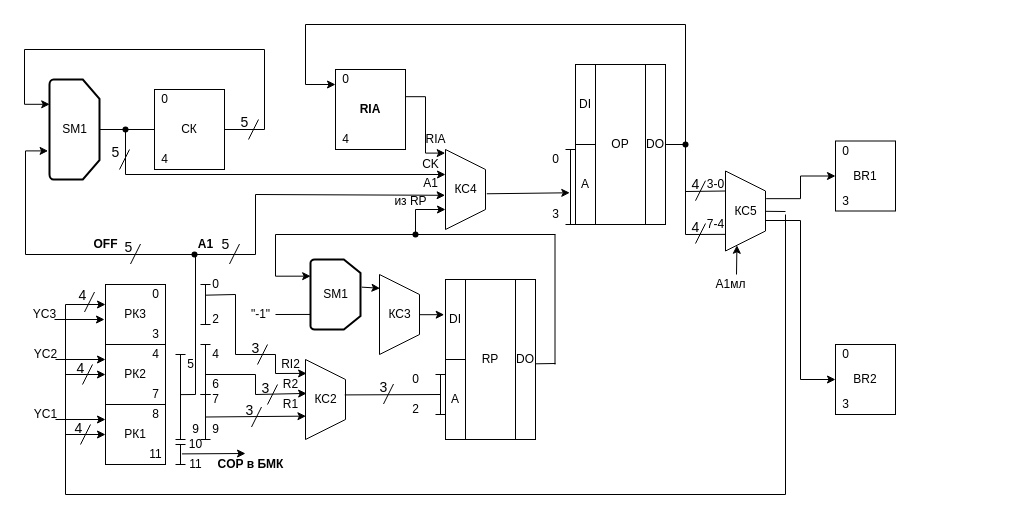
TimurQQ/Workshop keeps this draw.io diagram as func_scheme_BUK.drawio. Above is the earlier version. Source tidied: cells renumbered, new cells numbered last; positions are measured from the earlier drawing's top-left corner, leaving out a move shared by most shapes. Both pictures are drawn from the tidied source at 100%, with x=0, y=0 at pixel (24, 24).
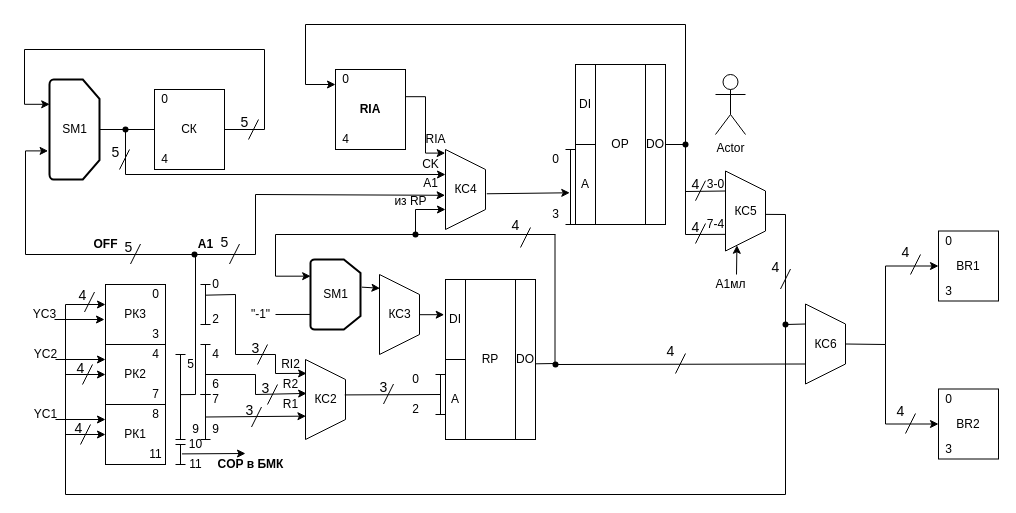
The same diagram, later.

Unchanged cells that the change refers to:
```xml
<mxCell id="106" value="КС5" style="text;html=1;align=center;verticalAlign=middle;points=[];strokeColor=none;fillColor=none;" parent="1" vertex="1">
  <mxGeometry x="701" y="176.5" width="40" height="20" as="geometry" />
</mxCell>
```

The edit, as a diff of the source:
```diff
@@
     <mxCell id="26" value="BR1" style="rounded=0;whiteSpace=wrap;html=1;" parent="1" vertex="1">
-      <mxGeometry x="811" y="116.5" width="60" height="70" as="geometry" />
+      <mxGeometry x="914" y="206.5" width="60" height="70" as="geometry" />
     </mxCell>
     <mxCell id="27" value="0" style="text;html=1;align=center;verticalAlign=middle;strokeColor=none;fillColor=none;" parent="1" vertex="1">
-      <mxGeometry x="811" y="116.5" width="20" height="20" as="geometry" />
+      <mxGeometry x="914" y="206.5" width="20" height="20" as="geometry" />
     </mxCell>
     <mxCell id="28" value="3" style="text;html=1;align=center;verticalAlign=middle;strokeColor=none;fillColor=none;" parent="1" vertex="1">
-      <mxGeometry x="811" y="166.5" width="20" height="20" as="geometry" />
+      <mxGeometry x="914" y="256.5" width="20" height="20" as="geometry" />
     </mxCell>
     <mxCell id="29" value="BR2" style="rounded=0;whiteSpace=wrap;html=1;" parent="1" vertex="1">
-      <mxGeometry x="811" y="320" width="60" height="70" as="geometry" />
+      <mxGeometry x="914" y="364.5" width="60" height="70" as="geometry" />
     </mxCell>
     <mxCell id="30" value="0" style="text;html=1;align=center;verticalAlign=middle;strokeColor=none;fillColor=none;" parent="1" vertex="1">
-      <mxGeometry x="811" y="320" width="20" height="20" as="geometry" />
+      <mxGeometry x="914" y="364.5" width="20" height="20" as="geometry" />
     </mxCell>
     <mxCell id="31" value="3" style="text;html=1;align=center;verticalAlign=middle;strokeColor=none;fillColor=none;" parent="1" vertex="1">
-      <mxGeometry x="811" y="370" width="20" height="20" as="geometry" />
+      <mxGeometry x="914" y="414.5" width="20" height="20" as="geometry" />
     </mxCell>
@@
-    <mxCell id="124" style="edgeStyle=elbowEdgeStyle;elbow=horizontal;endArrow=classic;html=1;rounded=0;exitX=1.017;exitY=-0.117;exitDx=0;exitDy=0;exitPerimeter=0;entryX=0;entryY=0.5;entryDx=0;entryDy=0;" parent="1" edge="1" source="106" target="26">
-      <mxGeometry relative="1" as="geometry" />
-    </mxCell>
-    <mxCell id="125" style="edgeStyle=elbowEdgeStyle;elbow=horizontal;endArrow=classic;html=1;rounded=0;entryX=0;entryY=0.5;entryDx=0;entryDy=0;" parent="1" edge="1" target="29">
-      <mxGeometry relative="1" as="geometry">
-        <mxPoint x="741" y="196" as="sourcePoint" />
-      </mxGeometry>
-    </mxCell>
@@
     <mxCell id="131" value="&lt;font style=&quot;font-size: 14px;&quot;&gt;5&lt;/font&gt;" style="text;html=1;align=center;verticalAlign=middle;strokeColor=none;fillColor=none;fontSize=18;fontFamily=Helvetica;" parent="1" vertex="1">
-      <mxGeometry x="191" y="204" width="20" height="30" as="geometry" />
+      <mxGeometry x="190" y="201.5" width="20" height="30" as="geometry" />
     </mxCell>
@@
-    <mxCell id="143" style="endArrow=none;html=1;rounded=0;entryX=1.007;entryY=0.516;entryDx=0;entryDy=0;entryPerimeter=0;" parent="1" edge="1" target="106">
+    <mxCell id="143" style="endArrow=none;html=1;rounded=0;entryX=1;entryY=0.669;entryDx=0;entryDy=0;entryPerimeter=0;" parent="1" edge="1" target="106">
       <mxGeometry relative="1" as="geometry">
-        <mxPoint x="761" y="187" as="sourcePoint" />
+        <mxPoint x="761" y="190" as="sourcePoint" />
       </mxGeometry>
     </mxCell>
-    <mxCell id="144" style="endArrow=none;html=1;rounded=0;" parent="1" edge="1">
+    <mxCell id="144" style="endArrow=none;html=1;rounded=0;startArrow=none;" parent="1" edge="1" source="169">
       <mxGeometry relative="1" as="geometry">
-        <mxPoint x="761" y="470" as="sourcePoint" />
         <mxPoint x="761" y="190" as="targetPoint" />
       </mxGeometry>
     </mxCell>
@@
+    <mxCell id="162" value="Actor" style="shape=umlActor;verticalLabelPosition=bottom;verticalAlign=top;html=1;" parent="1" vertex="1">
+      <mxGeometry x="691" y="50" width="30" height="60" as="geometry" />
+    </mxCell>
+    <mxCell id="163" style="shape=trapezoid;perimeter=trapezoidPerimeter;whiteSpace=wrap;html=1;fixedSize=1;rotation=90;" parent="1" vertex="1">
+      <mxGeometry x="761" y="299.5" width="80" height="40" as="geometry" />
+    </mxCell>
+    <mxCell id="164" value="КС6" style="text;html=1;align=center;verticalAlign=middle;strokeColor=none;fillColor=none;" parent="1" vertex="1">
+      <mxGeometry x="781" y="309.5" width="40" height="20" as="geometry" />
+    </mxCell>
+    <mxCell id="165" style="endArrow=none;html=1;rounded=0;entryX=0.25;entryY=1;entryDx=0;entryDy=0;" parent="1" edge="1" target="163">
+      <mxGeometry relative="1" as="geometry">
+        <mxPoint x="761" y="300" as="sourcePoint" />
+      </mxGeometry>
+    </mxCell>
+    <mxCell id="166" style="endArrow=none;html=1;rounded=0;entryX=0.75;entryY=1;entryDx=0;entryDy=0;startArrow=none;" parent="1" edge="1" source="167" target="163">
+      <mxGeometry relative="1" as="geometry" />
+    </mxCell>
+    <mxCell id="167" style="shape=waypoint;sketch=0;fillStyle=solid;size=6;points=[];fillColor=none;perimeter=centerPerimeter;snapToPoint=1;" parent="1" vertex="1">
+      <mxGeometry x="511" y="320" width="40" height="40" as="geometry" />
+    </mxCell>
+    <mxCell id="168" style="endArrow=none;html=1;rounded=0;entryDx=0;entryDy=0;" parent="1" edge="1" target="167">
+      <mxGeometry relative="1" as="geometry">
+        <mxPoint x="531" y="340" as="sourcePoint" />
+      </mxGeometry>
+    </mxCell>
+    <mxCell id="169" style="shape=waypoint;sketch=0;fillStyle=solid;size=6;points=[];fillColor=none;perimeter=centerPerimeter;snapToPoint=1;" parent="1" vertex="1">
+      <mxGeometry x="741" y="280" width="40" height="40" as="geometry" />
+    </mxCell>
+    <mxCell id="170" style="endArrow=none;html=1;rounded=0;" parent="1" edge="1" target="169">
+      <mxGeometry relative="1" as="geometry">
+        <mxPoint x="761" y="470" as="sourcePoint" />
+      </mxGeometry>
+    </mxCell>
+    <mxCell id="171" style="endArrow=none;html=1;rounded=0;exitX=0.5;exitY=0;exitDx=0;exitDy=0;" parent="1" edge="1" source="163">
+      <mxGeometry relative="1" as="geometry">
+        <mxPoint x="861" y="320" as="targetPoint" />
+      </mxGeometry>
+    </mxCell>
+    <mxCell id="172" style="edgeStyle=segmentEdgeStyle;endArrow=classic;html=1;rounded=0;entryX=0;entryY=0.5;entryDx=0;entryDy=0;" parent="1" edge="1" target="26">
+      <mxGeometry relative="1" as="geometry">
+        <mxPoint x="861" y="320" as="sourcePoint" />
+        <Array as="points">
+          <mxPoint x="861" y="242" />
+        </Array>
+      </mxGeometry>
+    </mxCell>
+    <mxCell id="173" style="edgeStyle=segmentEdgeStyle;endArrow=classic;html=1;rounded=0;entryX=0;entryY=0.5;entryDx=0;entryDy=0;" parent="1" edge="1" target="29">
+      <mxGeometry relative="1" as="geometry">
+        <mxPoint x="861" y="320" as="sourcePoint" />
+        <Array as="points">
+          <mxPoint x="861" y="400" />
+        </Array>
+      </mxGeometry>
+    </mxCell>
+    <mxCell id="174" style="endArrow=none;html=1;rounded=0;fontFamily=Helvetica;fontSize=18;" parent="1" edge="1">
+      <mxGeometry relative="1" as="geometry">
+        <mxPoint x="886" y="250" as="sourcePoint" />
+        <mxPoint x="896" y="230" as="targetPoint" />
+      </mxGeometry>
+    </mxCell>
+    <mxCell id="175" value="&lt;font style=&quot;font-size: 14px;&quot;&gt;4&lt;/font&gt;" style="text;html=1;align=center;verticalAlign=middle;strokeColor=none;fillColor=none;fontSize=18;fontFamily=Helvetica;" parent="1" vertex="1">
+      <mxGeometry x="871" y="212" width="20" height="30" as="geometry" />
+    </mxCell>
+    <mxCell id="176" style="endArrow=none;html=1;rounded=0;fontFamily=Helvetica;fontSize=18;" parent="1" edge="1">
+      <mxGeometry relative="1" as="geometry">
+        <mxPoint x="881" y="409" as="sourcePoint" />
+        <mxPoint x="891" y="389" as="targetPoint" />
+      </mxGeometry>
+    </mxCell>
+    <mxCell id="177" value="&lt;font style=&quot;font-size: 14px;&quot;&gt;4&lt;/font&gt;" style="text;html=1;align=center;verticalAlign=middle;strokeColor=none;fillColor=none;fontSize=18;fontFamily=Helvetica;" parent="1" vertex="1">
+      <mxGeometry x="866" y="371" width="20" height="30" as="geometry" />
+    </mxCell>
+    <mxCell id="178" style="endArrow=none;html=1;rounded=0;fontFamily=Helvetica;fontSize=18;" parent="1" edge="1">
+      <mxGeometry relative="1" as="geometry">
+        <mxPoint x="756" y="264.5" as="sourcePoint" />
+        <mxPoint x="766" y="244.5" as="targetPoint" />
+      </mxGeometry>
+    </mxCell>
+    <mxCell id="179" value="&lt;font style=&quot;font-size: 14px;&quot;&gt;4&lt;/font&gt;" style="text;html=1;align=center;verticalAlign=middle;strokeColor=none;fillColor=none;fontSize=18;fontFamily=Helvetica;" parent="1" vertex="1">
+      <mxGeometry x="741" y="226.5" width="20" height="30" as="geometry" />
+    </mxCell>
+    <mxCell id="180" style="endArrow=none;html=1;rounded=0;fontFamily=Helvetica;fontSize=18;" parent="1" edge="1">
+      <mxGeometry relative="1" as="geometry">
+        <mxPoint x="651" y="349" as="sourcePoint" />
+        <mxPoint x="661" y="329" as="targetPoint" />
+      </mxGeometry>
+    </mxCell>
+    <mxCell id="181" value="&lt;font style=&quot;font-size: 14px;&quot;&gt;4&lt;/font&gt;" style="text;html=1;align=center;verticalAlign=middle;strokeColor=none;fillColor=none;fontSize=18;fontFamily=Helvetica;" parent="1" vertex="1">
+      <mxGeometry x="636" y="311" width="20" height="30" as="geometry" />
+    </mxCell>
+    <mxCell id="182" style="endArrow=none;html=1;rounded=0;fontFamily=Helvetica;fontSize=18;" parent="1" edge="1">
+      <mxGeometry relative="1" as="geometry">
+        <mxPoint x="496" y="223" as="sourcePoint" />
+        <mxPoint x="506" y="203" as="targetPoint" />
+      </mxGeometry>
+    </mxCell>
+    <mxCell id="183" value="&lt;font style=&quot;font-size: 14px;&quot;&gt;4&lt;/font&gt;" style="text;html=1;align=center;verticalAlign=middle;strokeColor=none;fillColor=none;fontSize=18;fontFamily=Helvetica;" parent="1" vertex="1">
+      <mxGeometry x="481" y="185" width="20" height="30" as="geometry" />
+    </mxCell>
```
